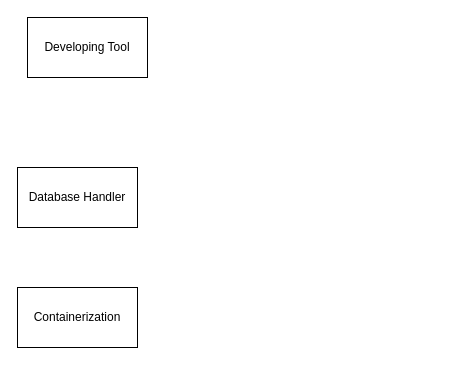
The draw.io diagram SystemOverview.drawio in szarkamarci/modularai, before the edit. Source tidied: cells renumbered, new cells numbered last; positions are measured from the earlier drawing's top-left corner, leaving out a move shared by most shapes. Both pictures are drawn from the tidied source at 100%, with x=0, y=0 at pixel (17, 17).
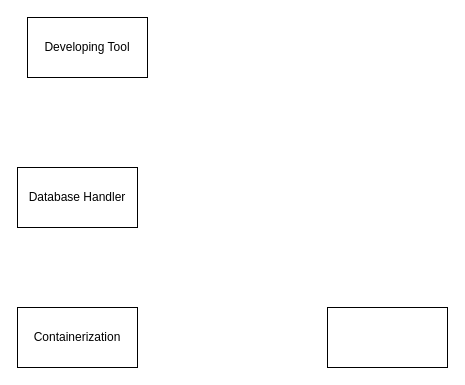
Above is the later version.

What changed in the source:
```diff
@@
 <mxGraphModel>
   <root>
     <mxCell id="0" />
     <mxCell id="1" parent="0" />
     <mxCell id="2" value="&lt;div&gt;Developing Tool&lt;/div&gt;" style="rounded=0;whiteSpace=wrap;html=1;" parent="1" vertex="1">
       <mxGeometry x="10" width="120" height="60" as="geometry" />
     </mxCell>
     <mxCell id="3" value="&lt;div&gt;Database Handler&lt;/div&gt;" style="rounded=0;whiteSpace=wrap;html=1;" parent="1" vertex="1">
       <mxGeometry y="150" width="120" height="60" as="geometry" />
     </mxCell>
     <mxCell id="4" value="Containerization" style="rounded=0;whiteSpace=wrap;html=1;" parent="1" vertex="1">
-      <mxGeometry y="270" width="120" height="60" as="geometry" />
+      <mxGeometry y="290" width="120" height="60" as="geometry" />
     </mxCell>
+    <mxCell id="5" style="rounded=0;whiteSpace=wrap;html=1;" parent="1" vertex="1">
+      <mxGeometry x="310" y="290" width="120" height="60" as="geometry" />
+    </mxCell>
   </root>
 </mxGraphModel>
```
